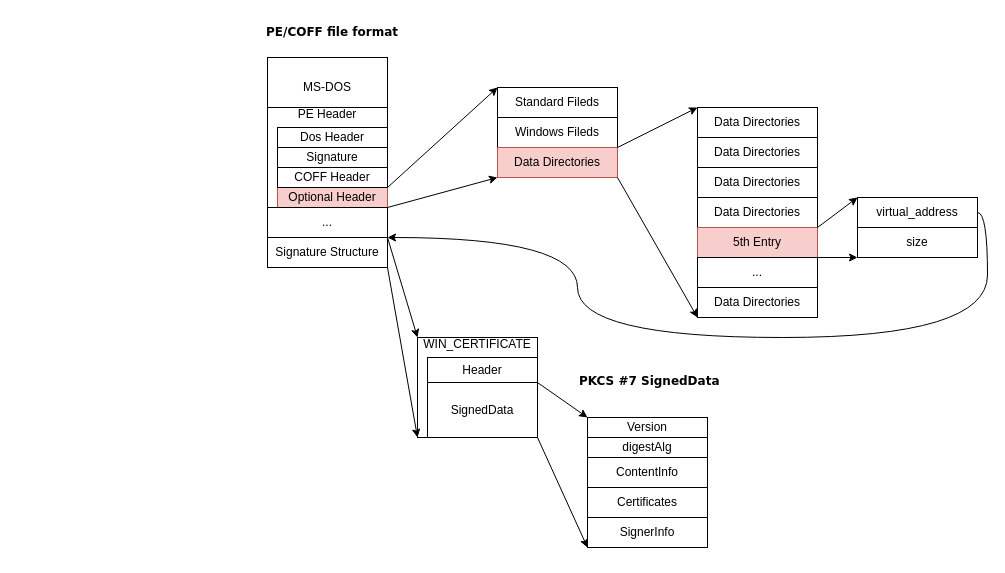
pkking/mydrawio keeps this draw.io diagram as signatrust.drawio. Above is the earlier version. Source tidied: cells renumbered, new cells numbered last; positions are measured from the earlier drawing's top-left corner, leaving out a move shared by most shapes. Both pictures are drawn from the tidied source at 100%, with x=0, y=0 at pixel (232, 17).
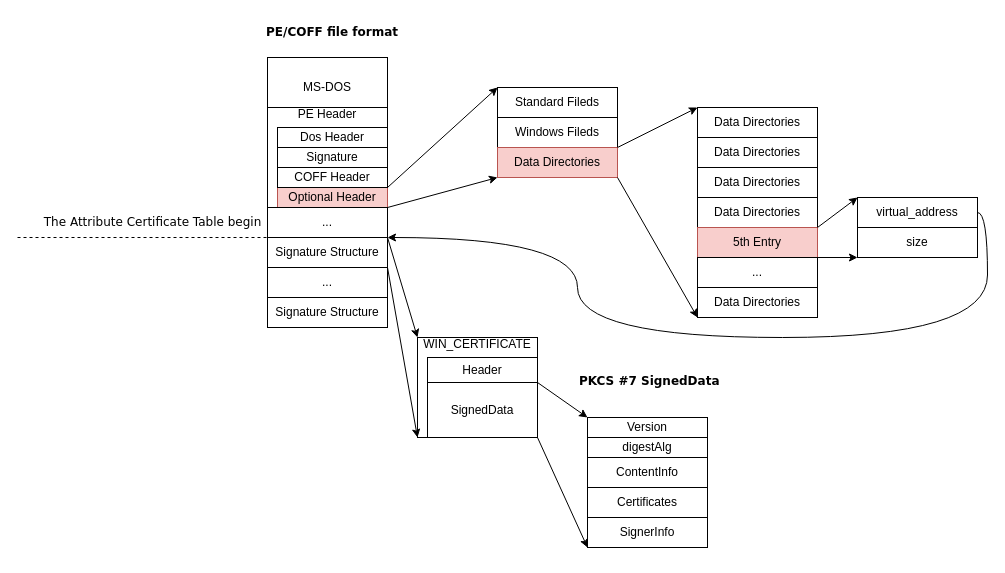
Above is the later version.

What changed in the source:
```diff
@@
+    <mxCell id="43" value="..." style="rounded=0;whiteSpace=wrap;html=1;" parent="1" vertex="1">
+      <mxGeometry x="35" y="250" width="120" height="30" as="geometry" />
+    </mxCell>
+    <mxCell id="44" value="Signature Structure" style="rounded=0;whiteSpace=wrap;html=1;" parent="1" vertex="1">
+      <mxGeometry x="35" y="280" width="120" height="30" as="geometry" />
+    </mxCell>
+    <mxCell id="45" style="endArrow=none;dashed=1;html=1;rounded=0;" parent="1" edge="1">
+      <mxGeometry relative="1" as="geometry">
+        <mxPoint x="-215" y="220" as="sourcePoint" />
+        <mxPoint x="45" y="220" as="targetPoint" />
+      </mxGeometry>
+    </mxCell>
+    <mxCell id="46" value="&lt;p class=&quot;heading-anchor&quot; id=&quot;the-attribute-certificate-table-image-only&quot;&gt;&lt;font face=&quot;Verdana&quot;&gt;The Attribute Certificate Table begin&lt;br&gt;&lt;/font&gt;&lt;/p&gt;" style="text;html=1;align=center;verticalAlign=middle;strokeColor=none;fillColor=none;" parent="1" vertex="1">
+      <mxGeometry x="-205" y="180" width="250" height="50" as="geometry" />
+    </mxCell>
```
